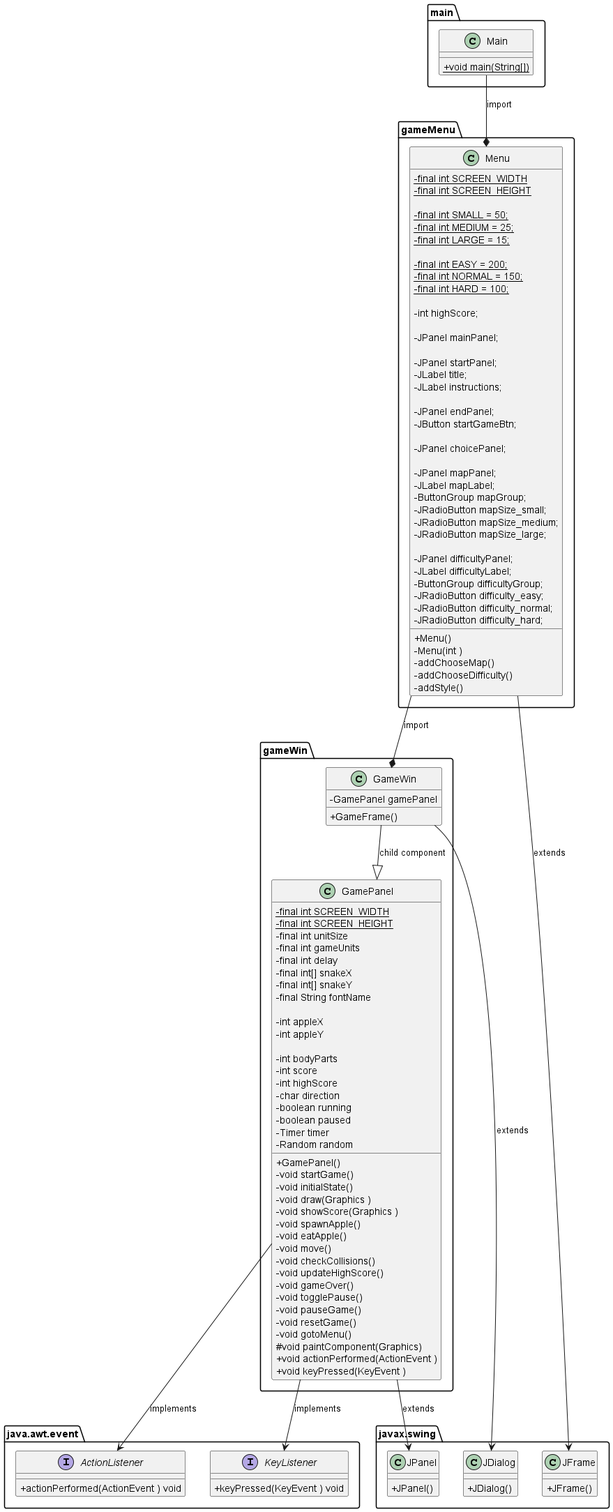
The PlantUML diagram docs/png/gameClassDiagram.png in ShaheerSharif/snake-game-4th-sem, before a commit.
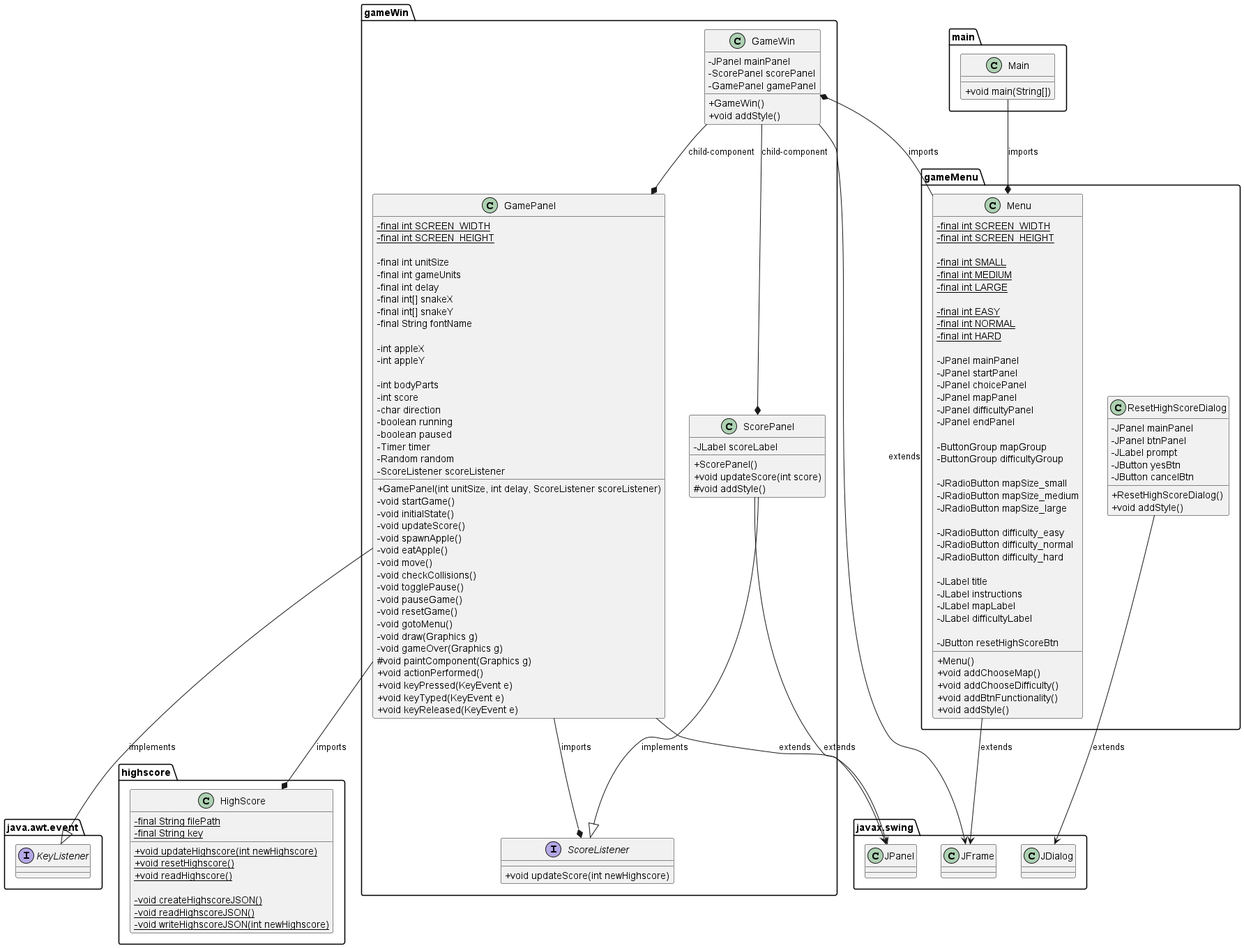
The same file after the commit.

What changed in the source:
```diff
@@ -2,153 +2,189 @@
 
     skinparam classAttributeIconSize 0
 
+    gameMenu.ResetHighScoreDialog --> javax.swing.JDialog : extends
+    gameMenu.Menu --> javax.swing.JFrame : extends
+    gameWin.GameWin --> javax.swing.JFrame : extends
+    gameWin.GamePanel --> javax.swing.JPanel : extends
+    gameWin.ScorePanel --> javax.swing.JPanel : extends
+
+    gameWin.GamePanel --|> java.awt.event.KeyListener : implements
+    gameWin.ScorePanel --|> gameWin.ScoreListener : implements
+
+    gameWin.GameWin --* gameWin.ScorePanel : child-component
+    gameWin.GameWin --* gameWin.GamePanel : child-component
+
+    gameMenu.Menu -left-* gameWin.GameWin : imports
+    gameWin.GamePanel --* highscore.HighScore : imports
+    gameWin.GamePanel --* gameWin.ScoreListener : imports
+    main.Main --* gameMenu.Menu : imports
+
+    package main {
+        class Main
+    }
+
+    package gameMenu {
+        class gameMenu.Menu
+        class gameMenu.ResetHighScoreDialog
+    }
+
+    package gameWin {
+        class gameWin.GameWin
+        class gameWin.GamePanel
+        class gameWin.ScorePanel
+        interface gameWin.ScoreListener
+
+    }
+
+    package highscore {
+        class highscore.HighScore
+    }
+
     package javax.swing {
-        class JDialog
-        class JFrame
-        class JPanel
+        class javax.swing.JFrame
+        class javax.swing.JDialog
+        class javax.swing.JPanel
     }
 
     package java.awt.event {
-        interface ActionListener
-        interface KeyListener
+        interface java.awt.event.KeyListener
     }
 
-    package gameMenu {
-        class Menu
-        Menu --> JFrame : extends
+    class main.Main {
+        +void main(String[])
     }
 
-    package gameWin {
-        class GameWin
-        class GamePanel
-        Menu --* GameWin : import
-        GameWin --|> GamePanel : child component
-        GamePanel --> KeyListener : implements
-        GamePanel --> ActionListener : implements
-        GamePanel --> JPanel : extends
-        GameWin --> JDialog : extends
+    class gameMenu.Menu {
+        -final int {static} SCREEN_WIDTH
+        -final int {static} SCREEN_HEIGHT
+
+        -final int {static} SMALL
+        -final int {static} MEDIUM
+        -final int {static} LARGE
+
+        -final int {static} EASY
+        -final int {static} NORMAL
+        -final int {static} HARD
+
+        -JPanel mainPanel
+        -JPanel startPanel
+        -JPanel choicePanel
+        -JPanel mapPanel
+        -JPanel difficultyPanel
+        -JPanel endPanel
+
+        -ButtonGroup mapGroup
+        -ButtonGroup difficultyGroup
+
+        -JRadioButton mapSize_small
+        -JRadioButton mapSize_medium
+        -JRadioButton mapSize_large
+
+        -JRadioButton difficulty_easy
+        -JRadioButton difficulty_normal
+        -JRadioButton difficulty_hard
+
+        -JLabel title
+        -JLabel instructions
+        -JLabel mapLabel
+        -JLabel difficultyLabel
+
+        -JButton resetHighScoreBtn
+
+        +Menu()
+        +void addChooseMap()
+        +void addChooseDifficulty()
+        +void addBtnFunctionality()
+        +void addStyle()
     }
 
-    package main {
-        class Main
-        Main --* Menu : import
+    class gameMenu.ResetHighScoreDialog {
+        -JPanel mainPanel
+        -JPanel btnPanel
+        -JLabel prompt
+        -JButton yesBtn
+        -JButton cancelBtn
+
+        +ResetHighScoreDialog()
+        +void addStyle()
     }
 
-    class Main {
-        + {static} void main(String[])
+    class gameWin.GamePanel {
+        -final int {static} SCREEN_WIDTH
+        -final int {static} SCREEN_HEIGHT
+
+        -final int unitSize
+        -final int gameUnits
+        -final int delay
+        -final int[] snakeX
+        -final int[] snakeY
+        -final String fontName
+
+        -int appleX
+        -int appleY
+
+        -int bodyParts
+        -int score
+        -char direction
+        -boolean running
+        -boolean paused
+        -Timer timer
+        -Random random
+        -ScoreListener scoreListener
+
+        +GamePanel(int unitSize, int delay, ScoreListener scoreListener)
+        -void startGame()
+        -void initialState()
+        -void updateScore()
+        -void spawnApple()
+        -void eatApple()
+        -void move()
+        -void checkCollisions()
+        -void togglePause()
+        -void pauseGame()
+        -void resetGame()
+        -void gotoMenu()
+        -void draw(Graphics g)
+        -void gameOver(Graphics g)
+        #void paintComponent(Graphics g)
+        +void actionPerformed()
+        +void keyPressed(KeyEvent e)
+        +void keyTyped(KeyEvent e)
+        +void keyReleased(KeyEvent e)
     }
 
-    class GamePanel {
-        - {static} final int SCREEN_WIDTH
-        - {static} final int SCREEN_HEIGHT
-        - final int unitSize
-        - final int gameUnits
-        - final int delay
-        - final int[] snakeX
-        - final int[] snakeY
-        - final String fontName
+    class gameWin.ScorePanel {
+        -JLabel scoreLabel
 
-        - int appleX
-        - int appleY
-
-        - int bodyParts
-        - int score
-        - int highScore
-        - char direction
-        - boolean running
-        - boolean paused
-        - Timer timer
-        - Random random
-
-        + GamePanel()
-        - void startGame()
-        - void initialState()
-        - void draw(Graphics )
-        - void showScore(Graphics )
-        - void spawnApple()
-        - void eatApple()
-        - void move()
-        - void checkCollisions()
-        - void updateHighScore()
-        - void gameOver()
-        - void togglePause()
-        - void pauseGame()
-        - void resetGame()
-        - void gotoMenu()
-        # void paintComponent(Graphics)
-        + void actionPerformed(ActionEvent )
-        + void keyPressed(KeyEvent )
+        +ScorePanel()
+        +void updateScore(int score)
+        #void addStyle()
     }
 
-    class GameWin {
-        - GamePanel gamePanel
-        + GameFrame()
+    class gameWin.GameWin {
+        -JPanel mainPanel
+        -ScorePanel scorePanel
+        -GamePanel gamePanel
+
+        +GameWin()
+        +void addStyle()
     }
 
-    class Menu {
-        - {static} final int SCREEN_WIDTH
-        - {static} final int SCREEN_HEIGHT
+    class highscore.HighScore {
+        -final {static} String filePath
+        -final {static} String key
 
-        - {static} final int SMALL = 50;
-        - {static} final int MEDIUM = 25;
-        - {static} final int LARGE = 15;
+        +{static} void updateHighscore(int newHighscore)
+        +{static} void resetHighscore()
+        +{static} void readHighscore()
 
-        - {static} final int EASY = 200;
-        - {static} final int NORMAL = 150;
-        - {static} final int HARD = 100;
-
-        - int highScore;
-
-        - JPanel mainPanel;
-
-        - JPanel startPanel;
-        - JLabel title;
-        - JLabel instructions;
-
-        - JPanel endPanel;
-        - JButton startGameBtn;
-
-        - JPanel choicePanel;
-
-        - JPanel mapPanel;
-        - JLabel mapLabel;
-        - ButtonGroup mapGroup;
-        - JRadioButton mapSize_small;
-        - JRadioButton mapSize_medium;
-        - JRadioButton mapSize_large;
-
-        - JPanel difficultyPanel;
-        - JLabel difficultyLabel;
-        - ButtonGroup difficultyGroup;
-        - JRadioButton difficulty_easy;
-        - JRadioButton difficulty_normal;
-        - JRadioButton difficulty_hard;
-
-        + Menu()
-        - Menu(int )
-        - addChooseMap()
-        - addChooseDifficulty()
-        - addStyle()
+        -{static} void createHighscoreJSON()
+        -{static} void readHighscoreJSON()
+        -{static} void writeHighscoreJSON(int newHighscore)
     }
 
-    class JFrame {
-        + JFrame()
-    }
-
-    class JDialog {
-        + JDialog()
-    }
-
-    class JPanel {
-        + JPanel()
-    }
-
-    interface ActionListener {
-        + actionPerformed(ActionEvent ) void
-    }
-
-    interface KeyListener {
-        + keyPressed(KeyEvent ) void
+    interface gameWin.ScoreListener {
+        +void updateScore(int newHighscore)
     }
 
 @enduml
```
